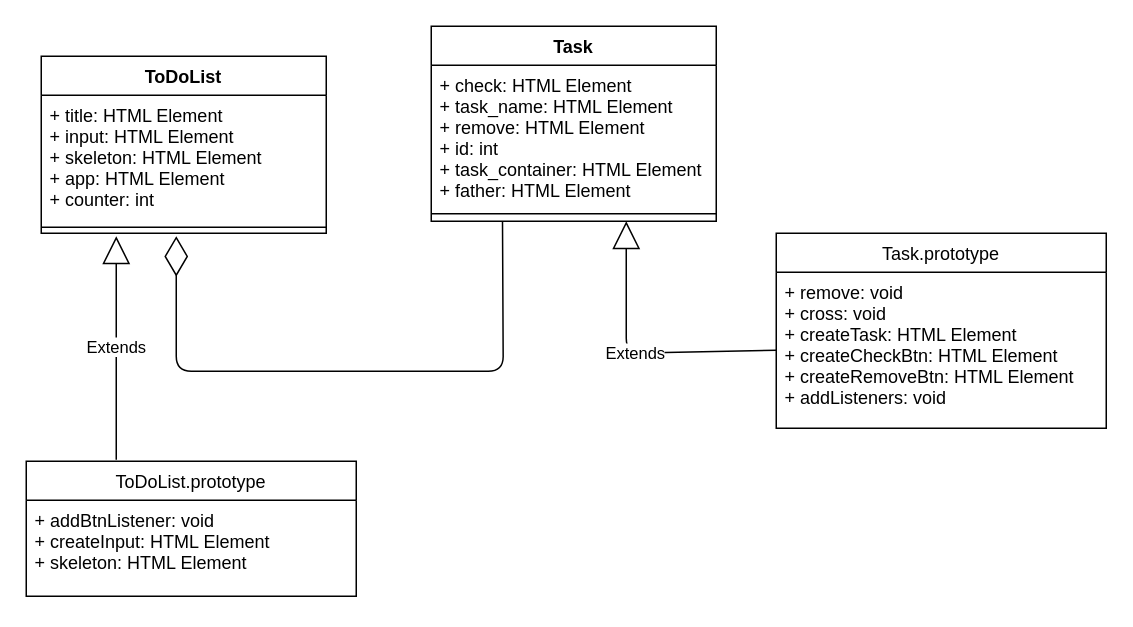
The draw.io diagram ToDoAppUML.drawio in sebastianneri/toDoApp, before the edit. Source tidied: cells renumbered, new cells numbered last; positions are measured from the earlier drawing's top-left corner, leaving out a move shared by most shapes. Both pictures are drawn from the tidied source at 150%, with x=0, y=0 at pixel (26, 26).
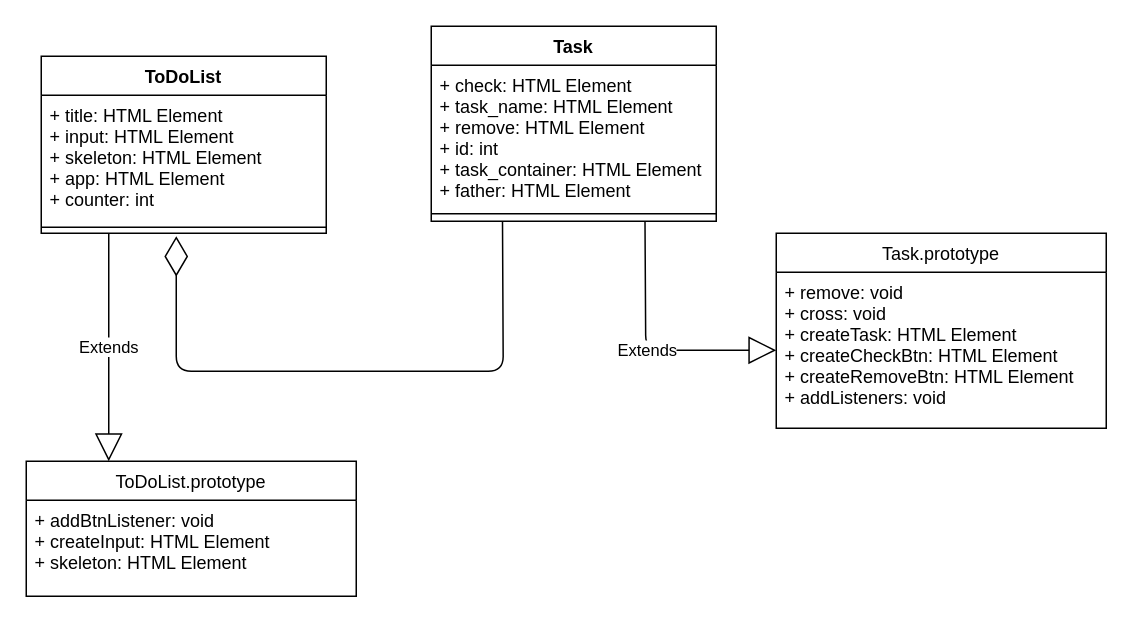
The same page after the edit.

Commit message (it also covers changes not shown here):
Correcion UML

Diff of the diagram source:
```diff
@@
 <mxGraphModel>
   <root>
     <mxCell id="0" />
     <mxCell id="1" parent="0" />
     <mxCell id="2" value="ToDoList" style="swimlane;fontStyle=1;align=center;verticalAlign=top;horizontal=1;startSize=26;" parent="1" vertex="1">
       <mxGeometry x="10" y="20" width="190" height="118" as="geometry" />
     </mxCell>
     <mxCell id="3" value="+ title: HTML Element&#10;+ input: HTML Element&#10;+ skeleton: HTML Element&#10;+ app: HTML Element&#10;+ counter: int" style="text;strokeColor=none;fillColor=none;align=left;verticalAlign=top;spacingLeft=4;spacingRight=4;overflow=hidden;" parent="2" vertex="1">
       <mxGeometry y="26" width="190" height="84" as="geometry" />
     </mxCell>
     <mxCell id="4" style="line;strokeWidth=1;fillColor=none;align=left;verticalAlign=middle;spacingTop=-1;spacingLeft=3;spacingRight=3;labelPosition=right;" parent="2" vertex="1">
       <mxGeometry y="110" width="190" height="8" as="geometry" />
     </mxCell>
     <mxCell id="5" value="Task" style="swimlane;fontStyle=1;align=center;verticalAlign=top;horizontal=1;startSize=26;" parent="1" vertex="1">
       <mxGeometry x="270" width="190" height="130" as="geometry" />
     </mxCell>
     <mxCell id="6" value="+ check: HTML Element&#10;+ task_name: HTML Element&#10;+ remove: HTML Element&#10;+ id: int&#10;+ task_container: HTML Element&#10;+ father: HTML Element" style="text;strokeColor=none;fillColor=none;align=left;verticalAlign=top;spacingLeft=4;spacingRight=4;overflow=hidden;" parent="5" vertex="1">
       <mxGeometry y="26" width="190" height="94" as="geometry" />
     </mxCell>
     <mxCell id="7" style="line;strokeWidth=1;fillColor=none;align=left;verticalAlign=middle;spacingTop=-1;spacingLeft=3;spacingRight=3;labelPosition=right;" parent="5" vertex="1">
       <mxGeometry y="120" width="190" height="10" as="geometry" />
     </mxCell>
     <mxCell id="8" value="Task.prototype" style="swimlane;fontStyle=0;horizontal=1;startSize=26;fillColor=none;" parent="1" vertex="1">
       <mxGeometry x="500" y="138" width="220" height="130" as="geometry" />
     </mxCell>
     <mxCell id="9" value="+ remove: void&#10;+ cross: void&#10;+ createTask: HTML Element&#10;+ createCheckBtn: HTML Element&#10;+ createRemoveBtn: HTML Element&#10;+ addListeners: void" style="text;strokeColor=none;fillColor=none;align=left;verticalAlign=top;spacingLeft=4;spacingRight=4;overflow=hidden;points=[[0,0.5],[1,0.5]];portConstraint=eastwest;" parent="8" vertex="1">
       <mxGeometry y="26" width="220" height="104" as="geometry" />
     </mxCell>
     <mxCell id="10" style="endArrow=diamondThin;endFill=0;endSize=24;html=1;exitX=0.25;exitY=1;exitDx=0;exitDy=0;" parent="1" edge="1" source="5">
       <mxGeometry relative="1" as="geometry">
         <mxPoint x="100" y="140" as="targetPoint" />
         <Array as="points">
           <mxPoint x="318" y="230" />
           <mxPoint x="140" y="230" />
           <mxPoint x="100" y="230" />
         </Array>
       </mxGeometry>
     </mxCell>
-    <mxCell id="11" value="Extends" style="endArrow=block;endSize=16;endFill=0;html=1;exitX=0;exitY=0.5;exitDx=0;exitDy=0;" parent="1" edge="1" source="9">
+    <mxCell id="11" value="Extends" style="endArrow=block;endSize=16;endFill=0;html=1;exitX=0.75;exitY=1;exitDx=0;exitDy=0;entryX=0;entryY=0.5;entryDx=0;entryDy=0;" parent="1" edge="1" source="5" target="9">
       <mxGeometry relative="1" as="geometry">
-        <mxPoint x="400" y="130" as="targetPoint" />
         <Array as="points">
-          <mxPoint x="400" y="218" />
+          <mxPoint x="413" y="216" />
         </Array>
       </mxGeometry>
     </mxCell>
     <mxCell id="12" value="ToDoList.prototype" style="swimlane;fontStyle=0;horizontal=1;startSize=26;fillColor=none;" parent="1" vertex="1">
       <mxGeometry y="290" width="220" height="90" as="geometry" />
     </mxCell>
     <mxCell id="13" value="+ addBtnListener: void&#10;+ createInput: HTML Element&#10;+ skeleton: HTML Element" style="text;strokeColor=none;fillColor=none;align=left;verticalAlign=top;spacingLeft=4;spacingRight=4;overflow=hidden;" parent="12" vertex="1">
       <mxGeometry y="26" width="220" height="64" as="geometry" />
     </mxCell>
-    <mxCell id="14" value="Extends" style="endArrow=block;endSize=16;endFill=0;html=1;entryX=0.263;entryY=1;entryDx=0;entryDy=0;entryPerimeter=0;" parent="1" edge="1">
+    <mxCell id="14" value="Extends" style="endArrow=block;endSize=16;endFill=0;html=1;entryX=0.25;entryY=0;entryDx=0;entryDy=0;" parent="1" edge="1" target="12">
       <mxGeometry relative="1" as="geometry">
-        <mxPoint x="60" y="289" as="sourcePoint" />
-        <mxPoint x="60" y="140" as="targetPoint" />
+        <mxPoint x="55" y="138" as="sourcePoint" />
       </mxGeometry>
     </mxCell>
   </root>
 </mxGraphModel>
```
